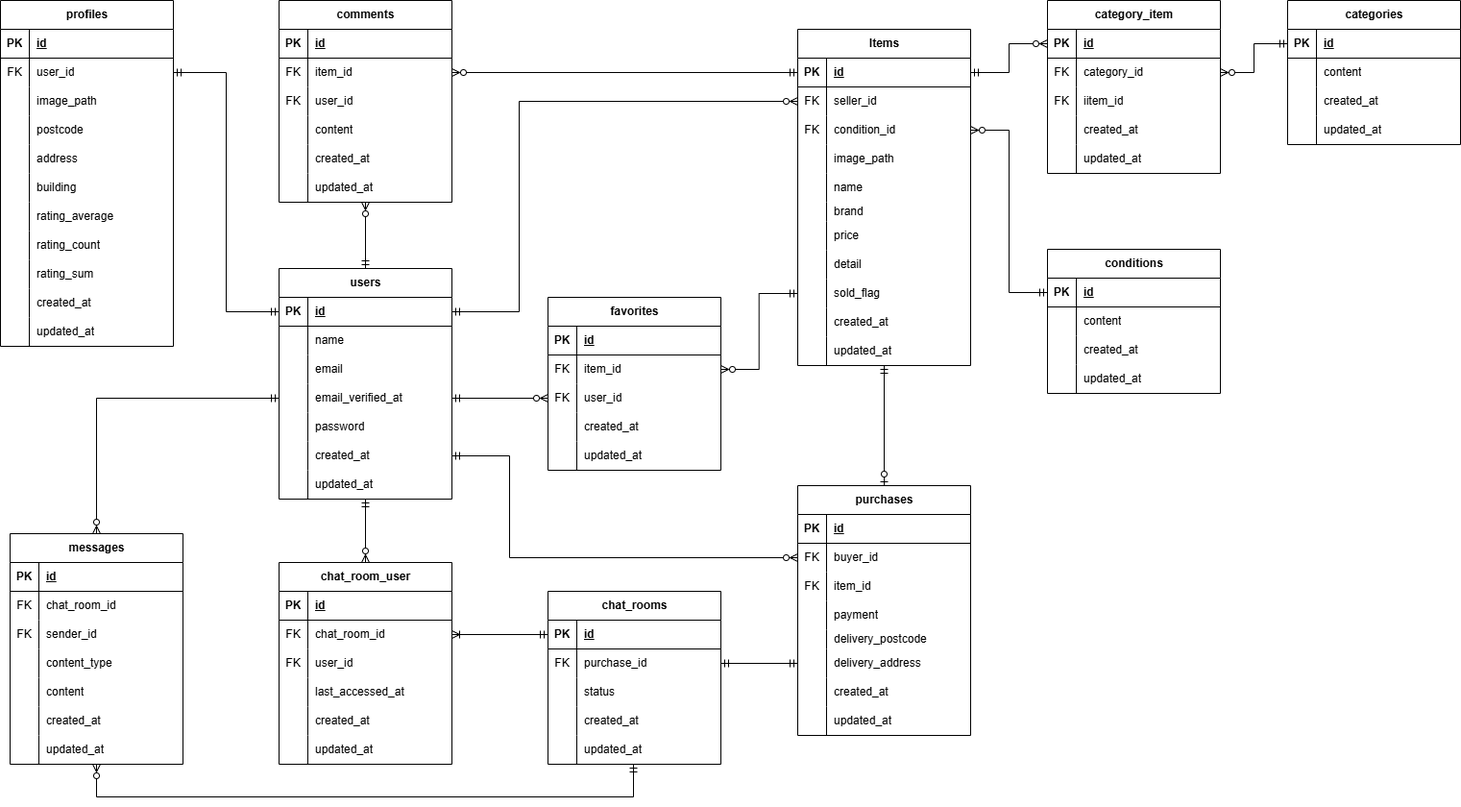
Above: src/er-diagram.drawio.png in Roba-97/ObanaRyota-mockcase1-furima-app (draw.io), before the change. Source tidied: cells renumbered, new cells last; positions are measured from the earlier drawing's top-left corner, leaving out a move shared by most shapes.
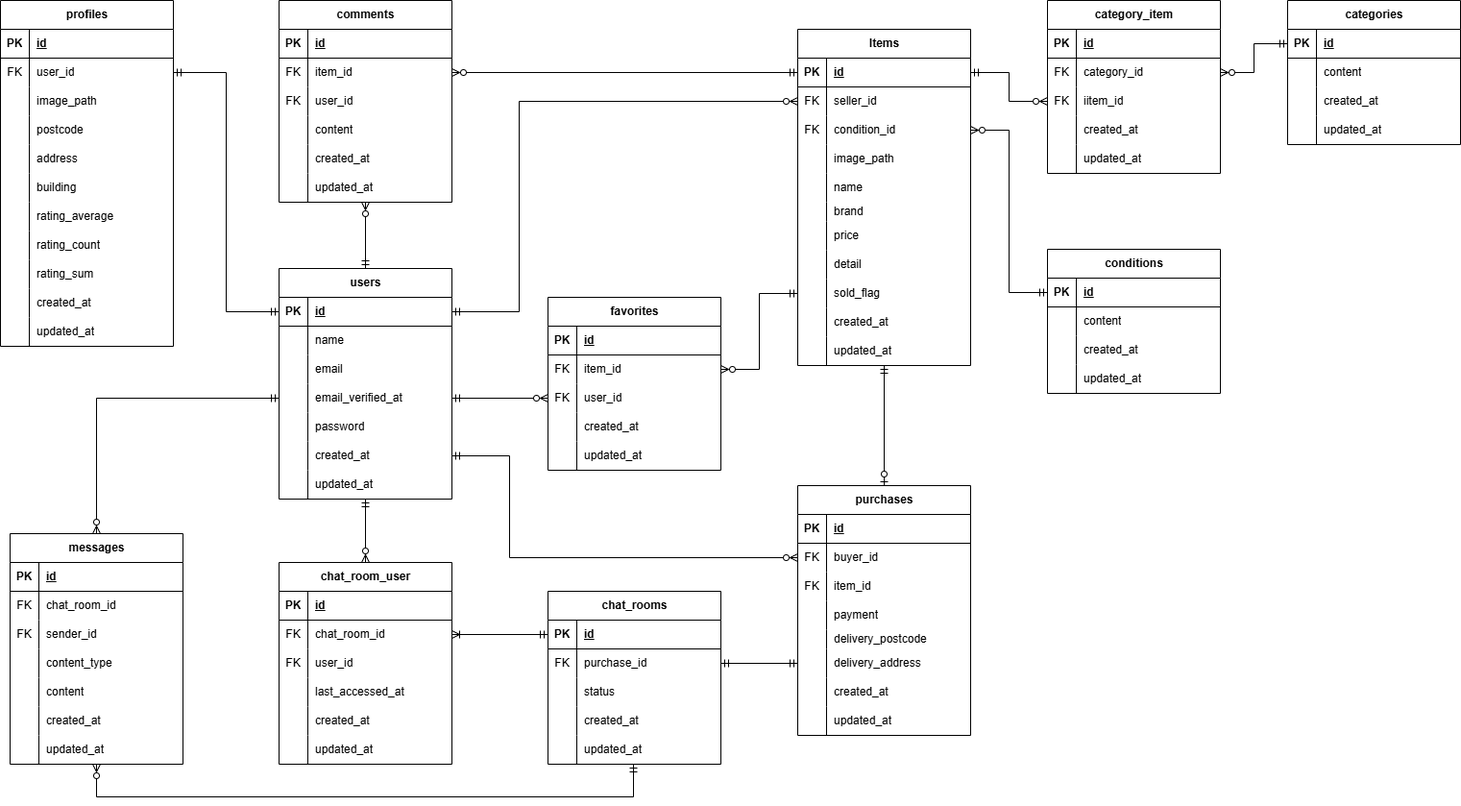
After the commit.

The edit, as a diff of the source:
```diff
@@ -801,7 +801,7 @@
     <mxCell id="264" style="edgeStyle=orthogonalEdgeStyle;html=1;exitX=0;exitY=0.5;exitDx=0;exitDy=0;entryX=1;entryY=0.5;entryDx=0;entryDy=0;rounded=0;curved=0;endArrow=ERzeroToMany;endFill=0;startArrow=ERmandOne;startFill=0;" parent="1" edge="1" source="110" target="184">
       <mxGeometry relative="1" as="geometry" />
     </mxCell>
-    <mxCell id="265" style="edgeStyle=orthogonalEdgeStyle;html=1;exitX=1;exitY=0.5;exitDx=0;exitDy=0;entryX=0;entryY=0.5;entryDx=0;entryDy=0;rounded=0;curved=0;endArrow=ERzeroToMany;endFill=0;startArrow=ERmandOne;startFill=0;" parent="1" edge="1" source="60" target="181">
+    <mxCell id="265" style="edgeStyle=orthogonalEdgeStyle;html=1;exitX=1;exitY=0.5;exitDx=0;exitDy=0;entryX=0;entryY=0.5;entryDx=0;entryDy=0;rounded=0;curved=0;endArrow=ERzeroToMany;endFill=0;startArrow=ERmandOne;startFill=0;" parent="1" edge="1" source="60" target="187">
       <mxGeometry relative="1" as="geometry" />
     </mxCell>
     <mxCell id="266" style="edgeStyle=none;html=1;exitX=1;exitY=0.5;exitDx=0;exitDy=0;entryX=0;entryY=0.5;entryDx=0;entryDy=0;endArrow=ERmandOne;endFill=0;startArrow=ERmandOne;startFill=0;" parent="1" edge="1" source="201" target="171">
```
